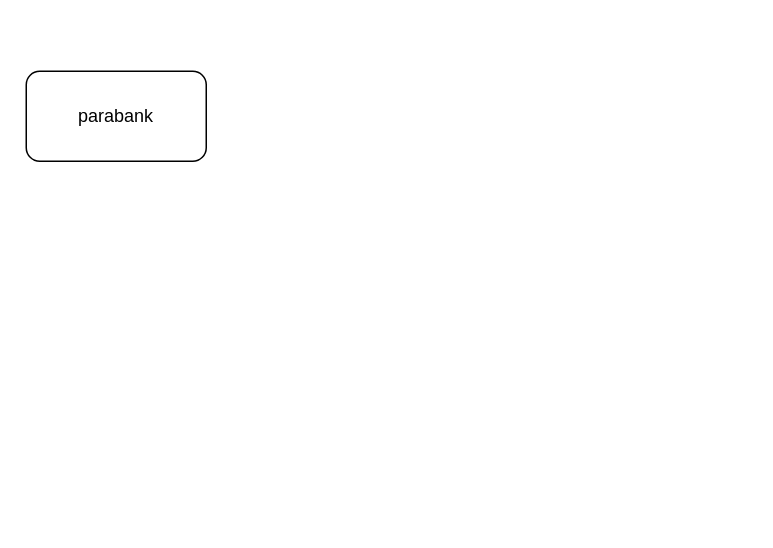
gtrofimov/draw-io-projects keeps this draw.io diagram as boomi-parasoft.drawio. Above is the earlier version. Source tidied: cells renumbered, new cells numbered last; positions are measured from the earlier drawing's top-left corner, leaving out a move shared by most shapes. Both pictures are drawn from the tidied source at 150%, with x=0, y=0 at pixel (26, 70).
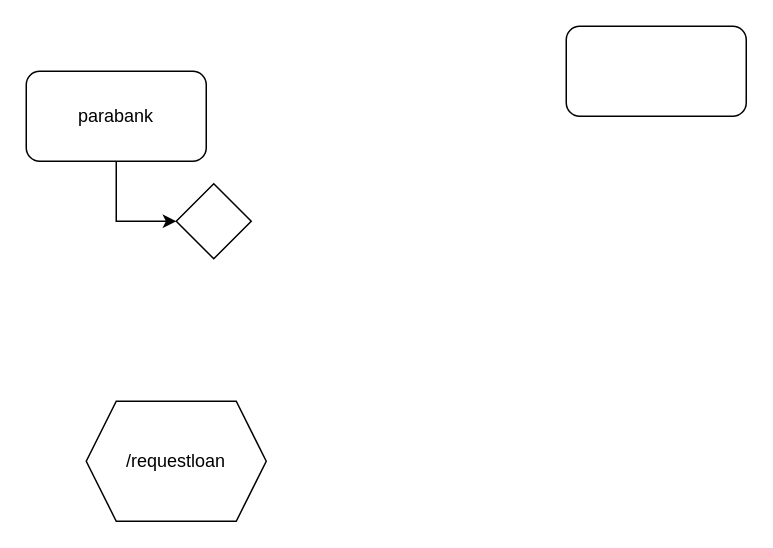
The same page after the edit.

What changed in the source:
```diff
@@
 <mxGraphModel>
   <root>
     <mxCell id="0" />
     <mxCell id="1" parent="0" />
     <mxCell id="2" value="parabank" style="rounded=1;whiteSpace=wrap;html=1;" parent="1" vertex="1">
       <mxGeometry width="120" height="60" as="geometry" />
     </mxCell>
+    <mxCell id="3" style="rounded=1;whiteSpace=wrap;html=1;" parent="1" vertex="1">
+      <mxGeometry x="360" y="-30" width="120" height="60" as="geometry" />
+    </mxCell>
+    <mxCell id="4" value="/requestloan" style="shape=hexagon;perimeter=hexagonPerimeter2;whiteSpace=wrap;html=1;fixedSize=1;" parent="1" vertex="1">
+      <mxGeometry x="40" y="220" width="120" height="80" as="geometry" />
+    </mxCell>
+    <mxCell id="5" style="edgeStyle=orthogonalEdgeStyle;rounded=0;jettySize=auto;html=1;" parent="1" edge="1" source="2" target="6">
+      <mxGeometry relative="1" as="geometry">
+        <Array as="points">
+          <mxPoint x="60" y="100" />
+        </Array>
+      </mxGeometry>
+    </mxCell>
+    <mxCell id="6" style="rhombus;whiteSpace=wrap;html=1;" parent="1" vertex="1">
+      <mxGeometry x="100" y="75" width="50" height="50" as="geometry" />
+    </mxCell>
   </root>
 </mxGraphModel>
```
